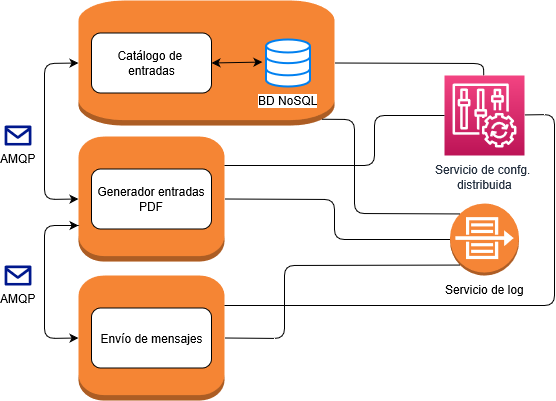
Earlier version of the draw.io export img/arquitectura-cc.png (iMiguel10/Proyecto-CC). Source tidied: cells renumbered, new cells last; positions are measured from the earlier drawing's top-left corner, leaving out a move shared by most shapes.
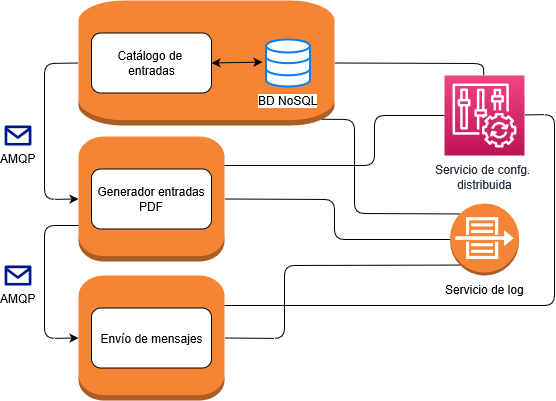
Later version of the same file.

Commit message:
Corregir errores en la arquitectura close #17

The edit, as a diff of the source:
```diff
@@ -23,26 +23,9 @@
     <mxCell id="8" style="endArrow=classic;startArrow=classic;html=1;entryX=1;entryY=0.5;entryDx=0;entryDy=0;exitX=-0.082;exitY=0.48;exitDx=0;exitDy=0;exitPerimeter=0;" parent="1" edge="1" source="13" target="5">
       <mxGeometry relative="1" as="geometry" />
     </mxCell>
-    <mxCell id="9" style="endArrow=classic;startArrow=classic;html=1;exitX=0;exitY=0.5;exitDx=0;exitDy=0;exitPerimeter=0;" parent="1" edge="1" source="3">
-      <mxGeometry relative="1" as="geometry">
-        <mxPoint x="74" y="225" as="targetPoint" />
-        <Array as="points">
-          <mxPoint x="40" y="338" />
-          <mxPoint x="40" y="225" />
-        </Array>
-      </mxGeometry>
-    </mxCell>
     <mxCell id="10" value="AMQP" style="shadow=0;dashed=0;html=1;strokeColor=none;labelPosition=center;verticalLabelPosition=bottom;verticalAlign=top;align=center;fillColor=#00188D;shape=mxgraph.azure.message2;" parent="1" vertex="1">
       <mxGeometry y="265" width="27" height="20" as="geometry" />
     </mxCell>
-    <mxCell id="11" style="endArrow=classic;startArrow=classic;html=1;entryX=0;entryY=0.5;entryDx=0;entryDy=0;entryPerimeter=0;exitX=0;exitY=0.5;exitDx=0;exitDy=0;exitPerimeter=0;" parent="1" edge="1" source="2" target="4">
-      <mxGeometry relative="1" as="geometry">
-        <Array as="points">
-          <mxPoint x="40" y="199" />
-          <mxPoint x="40" y="63" />
-        </Array>
-      </mxGeometry>
-    </mxCell>
     <mxCell id="12" value="AMQP" style="shadow=0;dashed=0;html=1;strokeColor=none;labelPosition=center;verticalLabelPosition=bottom;verticalAlign=top;align=center;fillColor=#00188D;shape=mxgraph.azure.message2;" parent="1" vertex="1">
       <mxGeometry y="125" width="27" height="20" as="geometry" />
     </mxCell>
@@ -103,5 +86,21 @@
         </Array>
       </mxGeometry>
     </mxCell>
+    <mxCell id="22" style="endArrow=classic;html=1;entryX=0;entryY=0.5;entryDx=0;entryDy=0;entryPerimeter=0;exitX=0;exitY=0.712;exitDx=0;exitDy=0;exitPerimeter=0;" parent="1" edge="1" source="2" target="3">
+      <mxGeometry relative="1" as="geometry">
+        <Array as="points">
+          <mxPoint x="40" y="225" />
+          <mxPoint x="40" y="338" />
+        </Array>
+      </mxGeometry>
+    </mxCell>
+    <mxCell id="23" style="endArrow=classic;html=1;exitX=0;exitY=0.5;exitDx=0;exitDy=0;exitPerimeter=0;entryX=0;entryY=0.5;entryDx=0;entryDy=0;entryPerimeter=0;" parent="1" edge="1" source="4" target="2">
+      <mxGeometry relative="1" as="geometry">
+        <Array as="points">
+          <mxPoint x="40" y="63" />
+          <mxPoint x="40" y="199" />
+        </Array>
+      </mxGeometry>
+    </mxCell>
   </root>
 </mxGraphModel>
```
